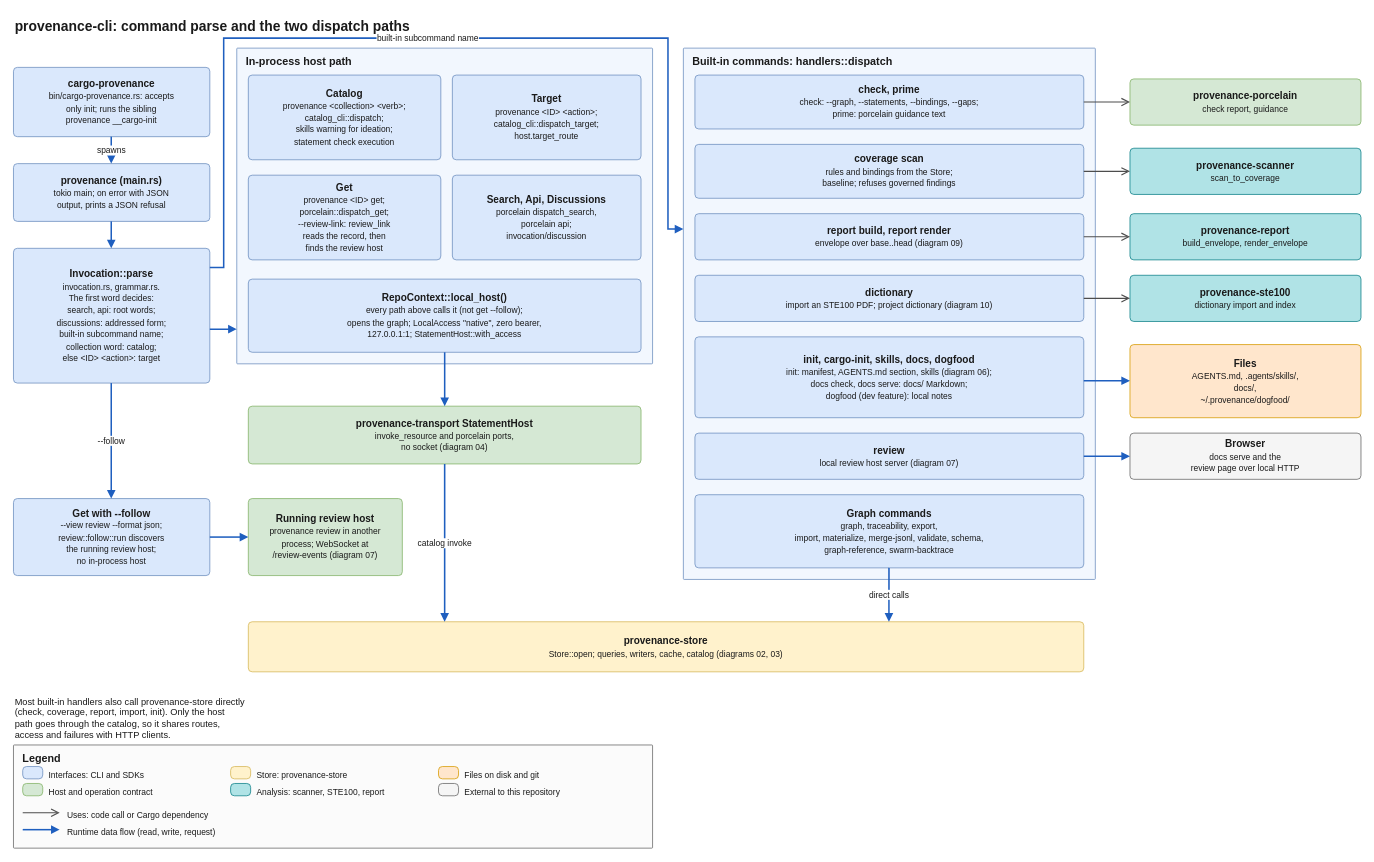
Before: docs/architecture/diagrams/05-cli-dispatch.drawio in quality-sh/provenance, a draw.io diagram. Source tidied: cells renumbered, new cells numbered last; positions are measured from the earlier drawing's top-left corner, leaving out a move shared by most shapes. Both pictures are drawn from the tidied source at 77%, with x=0, y=0 at pixel (13, 13).
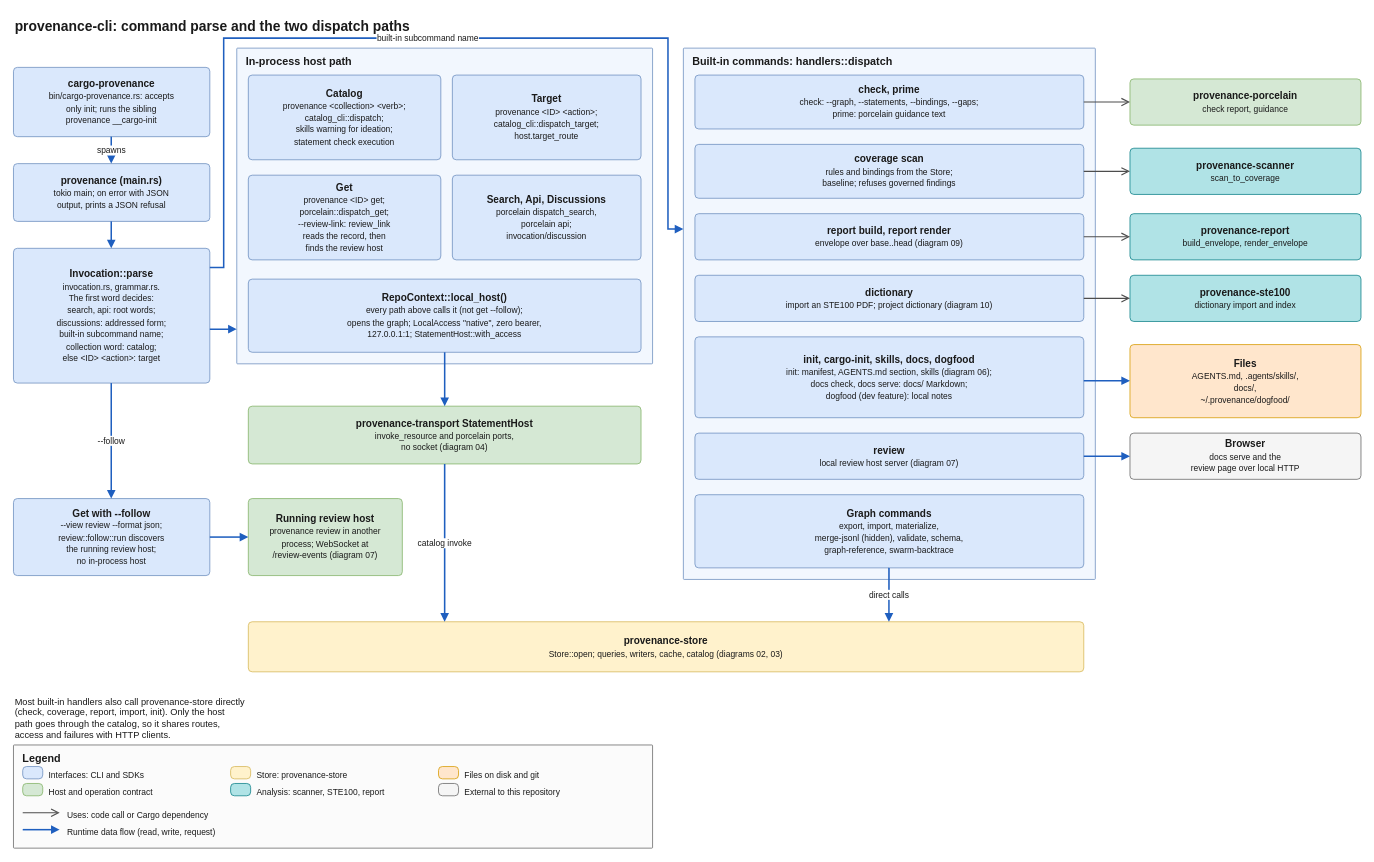
The same page after the edit.

The change refers to these unchanged cells:
```xml
<mxCell id="13" value="Built-in commands: handlers::dispatch" style="rounded=1;arcSize=2;absoluteArcSize=1;whiteSpace=wrap;html=1;fillColor=#f2f7fe;strokeColor=#6c8ebf;verticalAlign=top;align=left;spacingLeft=10;spacingRight=10;spacingTop=2;fontStyle=1;fontSize=14;fontColor=#1a1a1a;" parent="1" vertex="1">
  <mxGeometry x="870" y="45" width="535" height="690" as="geometry" />
</mxCell>
```

The edit, as a diff of the source:
```diff
@@
-    <mxCell id="20" value="&lt;b&gt;Graph commands&lt;/b&gt;&lt;br&gt;&lt;font style=&quot;font-size:11px&quot;&gt;graph, traceability, export,&lt;br&gt;import, materialize, merge-jsonl, validate, schema,&lt;br&gt;graph-reference, swarm-backtrace&lt;/font&gt;" style="rounded=1;arcSize=10;absoluteArcSize=1;whiteSpace=wrap;html=1;fillColor=#dae8fc;strokeColor=#6c8ebf;fontSize=13;fontColor=#1a1a1a;verticalAlign=middle;align=center;spacing=4;" parent="13" vertex="1">
+    <mxCell id="20" value="&lt;b&gt;Graph commands&lt;/b&gt;&lt;br&gt;&lt;font style=&quot;font-size:11px&quot;&gt;export, import, materialize,&lt;br&gt;merge-jsonl (hidden), validate, schema,&lt;br&gt;graph-reference, swarm-backtrace&lt;/font&gt;" style="rounded=1;arcSize=10;absoluteArcSize=1;whiteSpace=wrap;html=1;fillColor=#dae8fc;strokeColor=#6c8ebf;fontSize=13;fontColor=#1a1a1a;verticalAlign=middle;align=center;spacing=4;" parent="13" vertex="1">
       <mxGeometry x="15" y="580" width="505" height="95" as="geometry" />
     </mxCell>
```
